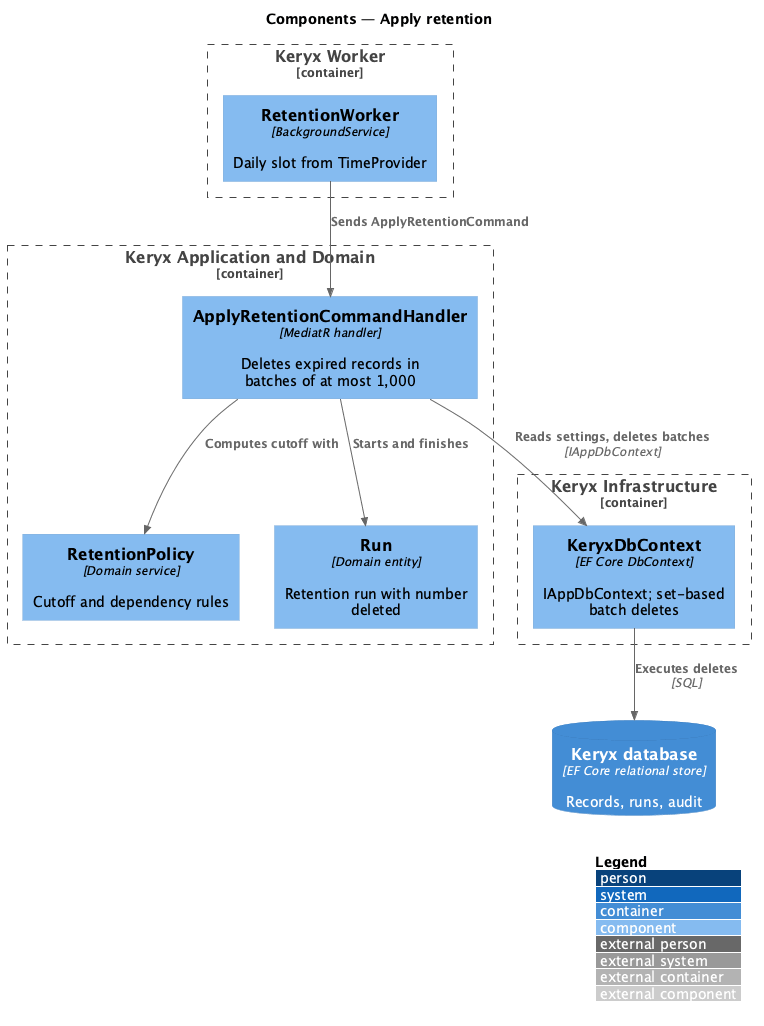
Before: docs/detailed-designs/catalogue/apply-retention/diagrams/c4-component.png, a diagram exported from PlantUML (QuinntyneBrown/keryx).
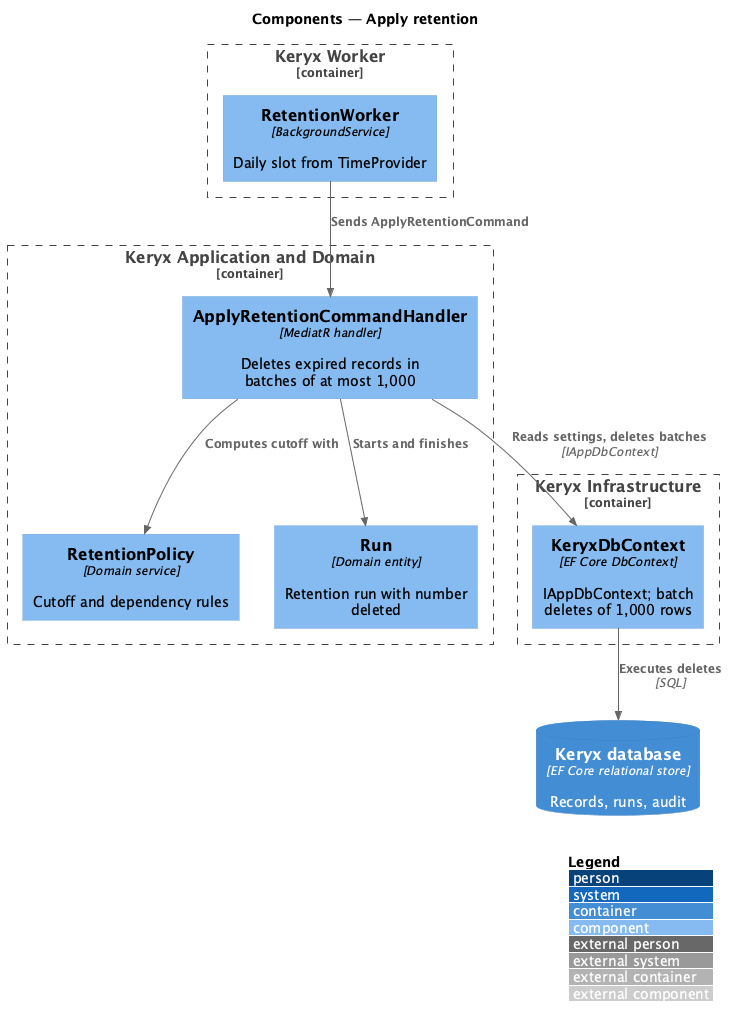
The same file after the commit.

Change to the diagram source:
```diff
@@ -12,7 +12,7 @@
   Component(run, "Run", "Domain entity", "Retention run with number deleted")
 }
 Container_Boundary(infra, "Keryx Infrastructure") {
-  Component(ctx, "KeryxDbContext", "EF Core DbContext", "IAppDbContext; set-based batch deletes")
+  Component(ctx, "KeryxDbContext", "EF Core DbContext", "IAppDbContext; batch deletes of 1,000 rows")
 }
 ContainerDb(db, "Keryx database", "EF Core relational store", "Records, runs, audit")
 
```
